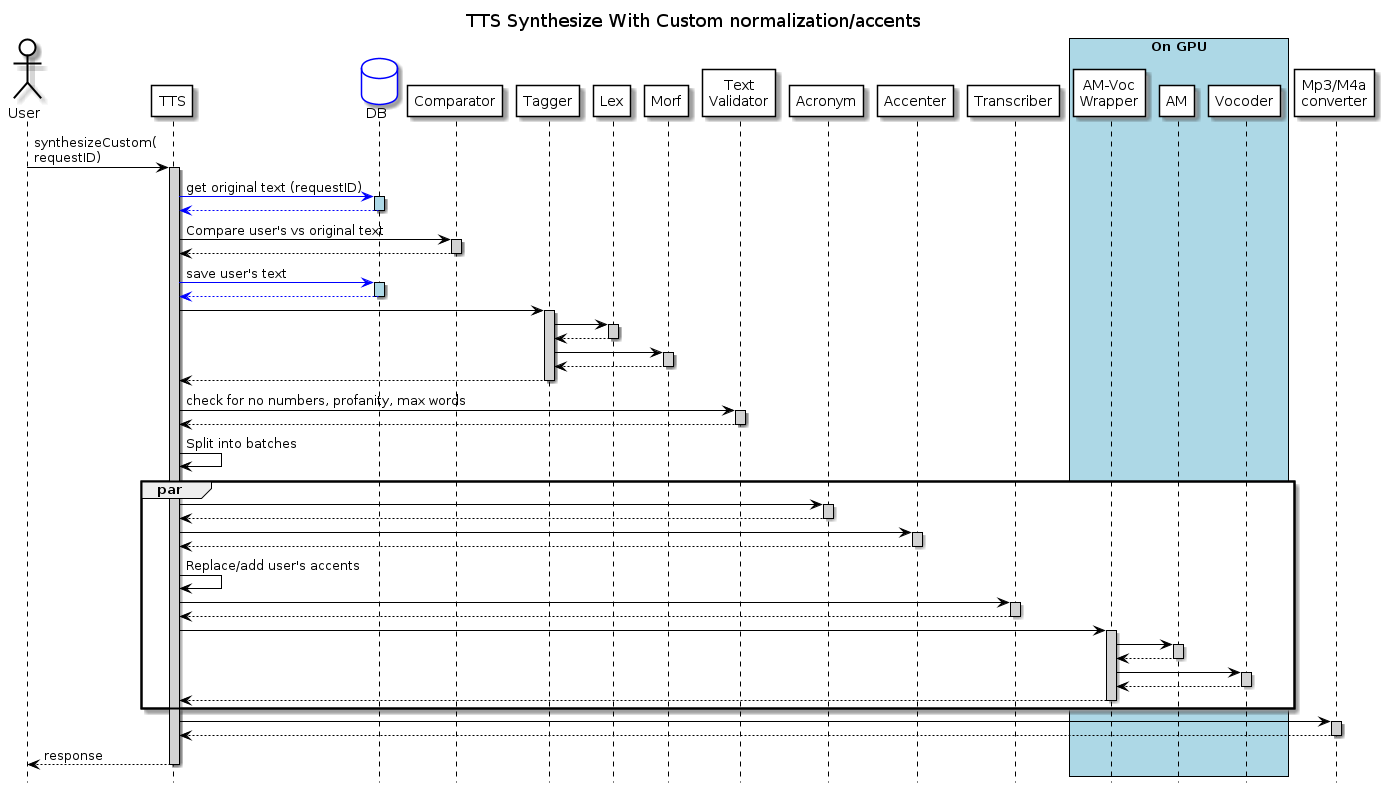
Above: info/tts.custom.png in airenas/tts-line (PlantUML), before the change. Source of this version:
```plantuml
@startuml TTS

skinparam sequence {
ParticipantBorderColor Black
ActorBorderColor Black

ParticipantBackgroundColor White
ActorBackgroundColor White

ArrowColor black
LifeLineBorderColor black
LifeLineBackgroundColor lightgray

BoxBorderColor black
}
skinparam databaseBackgroundColor White
skinparam dataBaseBorderColor Blue

hide footbox
title TTS Synthesize With Custom normalization/accents


actor User
participant "TTS" as tts
database "DB" as DB
participant "Comparator" as comparator
participant "Tagger" as tagger
participant "Lex" as lex
participant "Morf" as morf
participant "Text\nValidator" as validator
participant "Acronym" as acronym
participant "Accenter" as accenter
participant "Transcriber" as transcriber

box "On GPU" #LightBlue
participant "AM-Voc\nWrapper" as amVoc
participant "AM" as am
participant "Vocoder" as vocoder
end box
participant "Mp3/M4a\nconverter" as converter

User -> tts: synthesizeCustom(\nrequestID)
activate tts

tts -[#blue]> DB: get original text (requestID)
activate DB #lightblue
DB -[#blue]-> tts:
deactivate DB

tts -> comparator: Compare user's vs original text
activate comparator
comparator --> tts:
deactivate comparator

tts -[#blue]> DB: save user's text
activate DB #lightblue
DB -[#blue]-> tts:
deactivate DB

tts -> tagger:
activate tagger
tagger -> lex:
activate lex
lex --> tagger:
deactivate lex

tagger -> morf:
activate morf
morf --> tagger:
deactivate morf

tagger --> tts:
deactivate tagger

tts -> validator: check for no numbers, profanity, max words
activate validator
validator --> tts:
deactivate validator

tts -> tts: Split into batches

par

tts -> acronym:
activate acronym
acronym --> tts:
deactivate acronym

tts -> accenter:
activate accenter
accenter --> tts:
deactivate accenter

tts -> tts: Replace/add user's accents

tts -> transcriber:
activate transcriber
transcriber --> tts:
deactivate transcriber

tts -> amVoc:
activate amVoc

amVoc -> am:
activate am
am --> amVoc:
deactivate am

amVoc -> vocoder:
activate vocoder
vocoder --> amVoc:
deactivate vocoder
amVoc --> tts:
deactivate amVoc
end

tts -> converter:
activate converter
converter --> tts:
deactivate converter


tts --> User: response
deactivate tts

@enduml
```
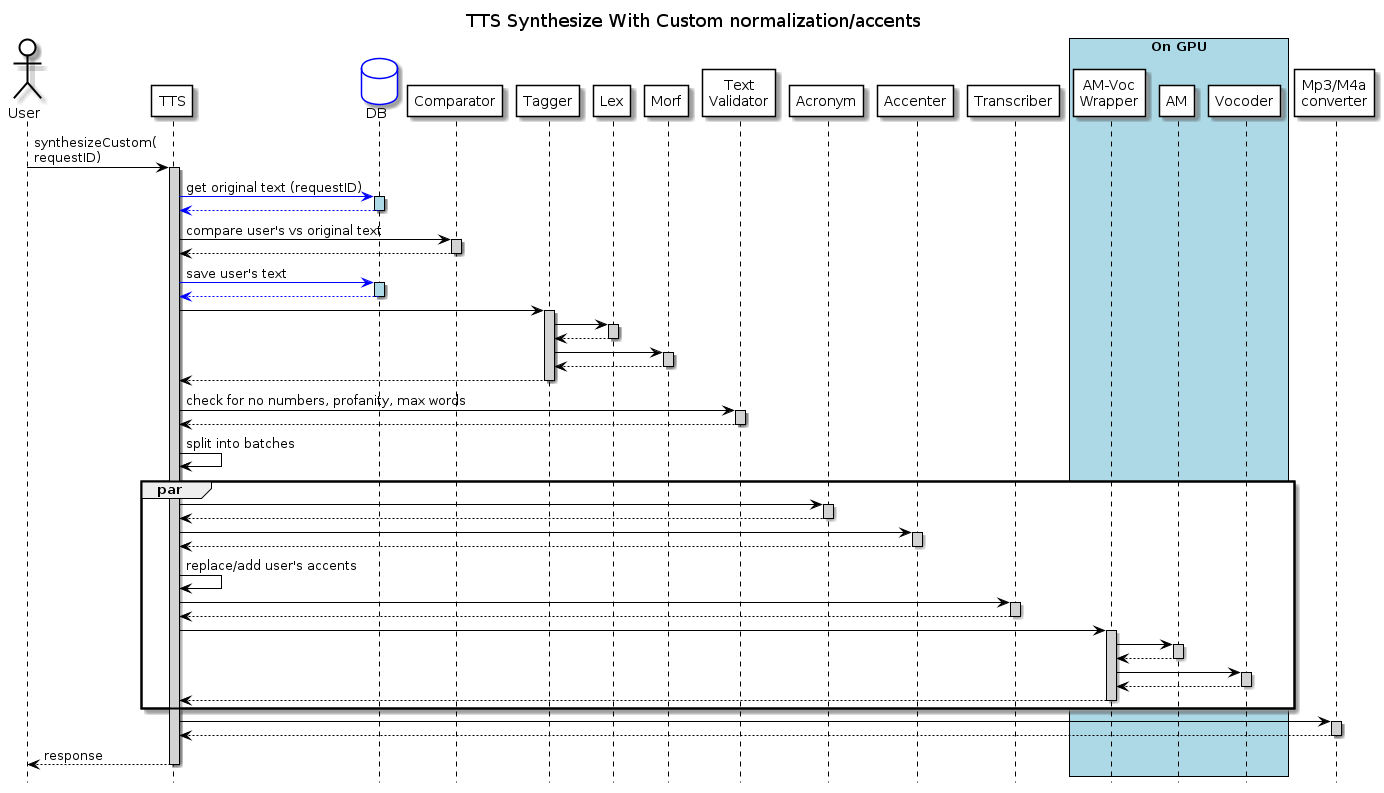
After the commit.

What changed in the source:
```diff
@@ -47,7 +47,7 @@
 DB -[#blue]-> tts:
 deactivate DB
 
-tts -> comparator: Compare user's vs original text
+tts -> comparator: compare user's vs original text
 activate comparator
 comparator --> tts:
 deactivate comparator
@@ -77,7 +77,7 @@
 validator --> tts:
 deactivate validator
 
-tts -> tts: Split into batches
+tts -> tts: split into batches
 
 par
 
@@ -91,7 +91,7 @@
 accenter --> tts:
 deactivate accenter
 
-tts -> tts: Replace/add user's accents
+tts -> tts: replace/add user's accents
 
 tts -> transcriber:
 activate transcriber
```
